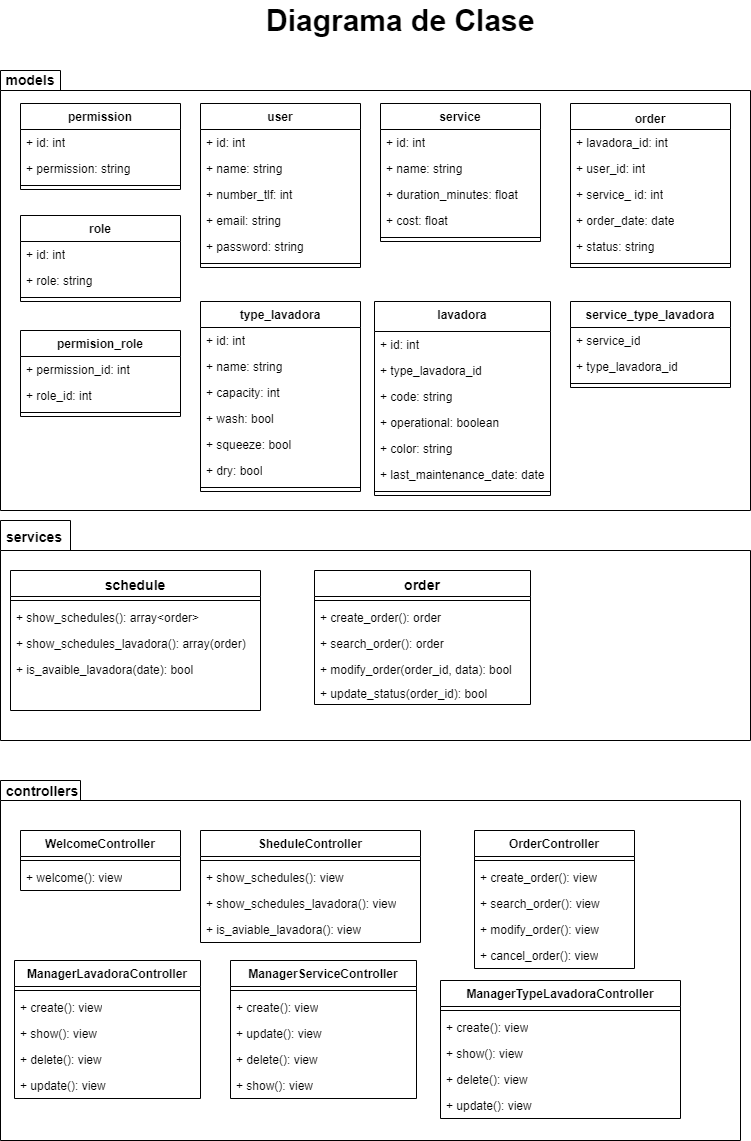
Before: desing/class diagram.png, a diagram exported from draw.io (IsacC2005/Ingenieria-del-Software-II). Source tidied: cells renumbered, new cells last; positions are measured from the earlier drawing's top-left corner, leaving out a move shared by most shapes.
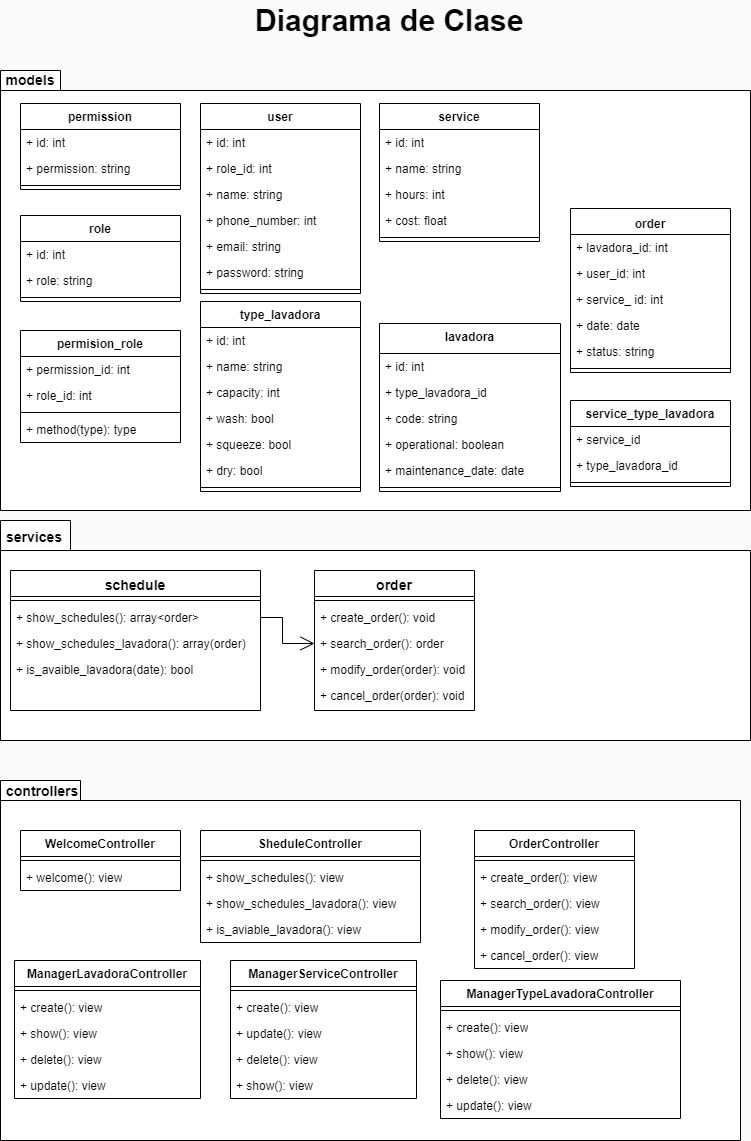
After the commit.

Commit message:
Agrege mas casos de uso al diagrama de caso de usos, cree una lista de los permisos que van a ir en la app para manegar todos los casos de usos y cree .png de los diagramas

What changed in the source:
```diff
@@ -1,4 +1,4 @@
-<mxGraphModel>
+<mxGraphModel background="#FAFAFA">
   <root>
     <mxCell id="0" />
     <mxCell id="1" parent="0" />
@@ -9,25 +9,28 @@
       <mxGeometry y="70" width="750" height="440" as="geometry" />
     </mxCell>
     <mxCell id="4" value="user" style="swimlane;fontStyle=1;align=center;verticalAlign=top;horizontal=1;startSize=26;rounded=0;shadow=0;strokeWidth=1;fontSize=12;" parent="1" vertex="1">
-      <mxGeometry x="200" y="103" width="160" height="164" as="geometry" />
+      <mxGeometry x="200" y="103" width="160" height="190" as="geometry" />
     </mxCell>
     <mxCell id="5" value="+ id: int&lt;span style=&quot;color: rgba(0, 0, 0, 0); font-family: monospace; font-size: 0px; text-wrap: nowrap;&quot;&gt;%3CmxGraphModel%3E%3Croot%3E%3CmxCell%20id%3D%220%22%2F%3E%3CmxCell%20id%3D%221%22%20parent%3D%220%22%2F%3E%3CmxCell%20id%3D%222%22%20value%3D%22-%20email%3A%20string%22%20style%3D%22text%3Balign%3Dleft%3BverticalAlign%3Dtop%3BspacingLeft%3D4%3BspacingRight%3D4%3Boverflow%3Dhidden%3Brotatable%3D0%3Bpoints%3D%5B%5B0%2C0.5%5D%2C%5B1%2C0.5%5D%5D%3BportConstraint%3Deastwest%3Brounded%3D0%3Bshadow%3D0%3Bhtml%3D0%3B%22%20vertex%3D%221%22%20parent%3D%221%22%3E%3CmxGeometry%20x%3D%2250%22%20y%3D%22292%22%20width%3D%22160%22%20height%3D%2226%22%20as%3D%22geometry%22%2F%3E%3C%2FmxCell%3E%3C%2Froot%3E%3C%2FmxGraphModel%3E&lt;/span&gt;" style="text;strokeColor=none;fillColor=none;align=left;verticalAlign=top;spacingLeft=4;spacingRight=4;overflow=hidden;whiteSpace=wrap;html=1;" parent="4" vertex="1">
       <mxGeometry y="26" width="160" height="26" as="geometry" />
     </mxCell>
+    <mxCell id="102" value="+ role_id: int" style="text;align=left;verticalAlign=top;spacingLeft=4;spacingRight=4;overflow=hidden;rounded=0;shadow=0;html=0;" parent="4" vertex="1">
+      <mxGeometry y="52" width="160" height="26" as="geometry" />
+    </mxCell>
     <mxCell id="6" value="+ name: string" style="text;align=left;verticalAlign=top;spacingLeft=4;spacingRight=4;overflow=hidden;rounded=0;shadow=0;html=0;" parent="4" vertex="1">
-      <mxGeometry y="52" width="160" height="26" as="geometry" />
+      <mxGeometry y="78" width="160" height="26" as="geometry" />
     </mxCell>
-    <mxCell id="7" value="+ number_tlf: int" style="text;align=left;verticalAlign=top;spacingLeft=4;spacingRight=4;overflow=hidden;rounded=0;shadow=0;html=0;" parent="4" vertex="1">
-      <mxGeometry y="78" width="160" height="26" as="geometry" />
+    <mxCell id="7" value="+ phone_number: int" style="text;align=left;verticalAlign=top;spacingLeft=4;spacingRight=4;overflow=hidden;rounded=0;shadow=0;html=0;" parent="4" vertex="1">
+      <mxGeometry y="104" width="160" height="26" as="geometry" />
     </mxCell>
     <mxCell id="8" value="+ email: string" style="text;align=left;verticalAlign=top;spacingLeft=4;spacingRight=4;overflow=hidden;rounded=0;shadow=0;html=0;" parent="4" vertex="1">
-      <mxGeometry y="104" width="160" height="26" as="geometry" />
+      <mxGeometry y="130" width="160" height="26" as="geometry" />
     </mxCell>
     <mxCell id="9" value="+ password: string" style="text;align=left;verticalAlign=top;spacingLeft=4;spacingRight=4;overflow=hidden;rounded=0;shadow=0;html=0;" parent="4" vertex="1">
-      <mxGeometry y="130" width="160" height="26" as="geometry" />
+      <mxGeometry y="156" width="160" height="26" as="geometry" />
     </mxCell>
     <mxCell id="10" style="line;html=1;strokeWidth=1;align=left;verticalAlign=middle;spacingTop=-1;spacingLeft=3;spacingRight=3;labelPosition=right;" parent="4" vertex="1">
-      <mxGeometry y="156" width="160" height="8" as="geometry" />
+      <mxGeometry y="182" width="160" height="8" as="geometry" />
     </mxCell>
     <mxCell id="11" value="schedule" style="swimlane;fontStyle=1;align=center;verticalAlign=top;horizontal=1;startSize=26;rounded=0;shadow=0;strokeWidth=1;fontSize=14;" parent="1" vertex="1">
       <mxGeometry x="10" y="570" width="250" height="140" as="geometry" />
@@ -45,46 +48,43 @@
       <mxGeometry y="86" width="250" height="26" as="geometry" />
     </mxCell>
     <mxCell id="16" value="order" style="swimlane;fontStyle=1;align=center;verticalAlign=top;horizontal=1;startSize=26;rounded=0;shadow=0;strokeWidth=1;fontSize=14;swimlaneFillColor=none;gradientDirection=north;" parent="1" vertex="1">
-      <mxGeometry x="314" y="570" width="216" height="134" as="geometry" />
+      <mxGeometry x="314" y="570" width="160" height="140" as="geometry" />
     </mxCell>
     <mxCell id="17" style="line;html=1;strokeWidth=1;align=left;verticalAlign=middle;spacingTop=-1;spacingLeft=3;spacingRight=3;labelPosition=right;" parent="16" vertex="1">
-      <mxGeometry y="26" width="216" height="8" as="geometry" />
+      <mxGeometry y="26" width="160" height="8" as="geometry" />
     </mxCell>
-    <mxCell id="18" value="+ create_order(): order" style="text;align=left;verticalAlign=top;spacingLeft=4;spacingRight=4;overflow=hidden;" parent="16" vertex="1">
-      <mxGeometry y="34" width="216" height="26" as="geometry" />
+    <mxCell id="18" value="+ create_order(): void" style="text;align=left;verticalAlign=top;spacingLeft=4;spacingRight=4;overflow=hidden;" parent="16" vertex="1">
+      <mxGeometry y="34" width="160" height="26" as="geometry" />
     </mxCell>
     <mxCell id="19" value="+ search_order(): order" style="text;align=left;verticalAlign=top;spacingLeft=4;spacingRight=4;overflow=hidden;points=[[0,0.5],[1,0.5]];portConstraint=eastwest;" parent="16" vertex="1">
-      <mxGeometry y="60" width="216" height="26" as="geometry" />
+      <mxGeometry y="60" width="160" height="26" as="geometry" />
     </mxCell>
-    <mxCell id="20" value="+ modify_order(order_id, data): bool" style="text;align=left;verticalAlign=top;spacingLeft=4;spacingRight=4;overflow=hidden;" parent="16" vertex="1">
-      <mxGeometry y="86" width="216" height="24" as="geometry" />
+    <mxCell id="20" value="+ modify_order(order): void" style="text;align=left;verticalAlign=top;spacingLeft=4;spacingRight=4;overflow=hidden;" parent="16" vertex="1">
+      <mxGeometry y="86" width="160" height="26" as="geometry" />
     </mxCell>
-    <mxCell id="21" value="+ update_status(order_id): bool" style="text;align=left;verticalAlign=top;spacingLeft=4;spacingRight=4;overflow=hidden;" parent="16" vertex="1">
-      <mxGeometry y="110" width="216" height="24" as="geometry" />
-    </mxCell>
+    <mxCell id="103" value="+ cancel_order(order): void" style="text;align=left;verticalAlign=top;spacingLeft=4;spacingRight=4;overflow=hidden;" parent="16" vertex="1">
+      <mxGeometry y="112" width="160" height="26" as="geometry" />
+    </mxCell>
     <mxCell id="22" value="lavadora" style="swimlane;fontStyle=1;align=center;verticalAlign=top;horizontal=1;startSize=30;rounded=0;shadow=0;strokeWidth=1;fontSize=12;fillStyle=solid;" parent="1" vertex="1">
-      <mxGeometry x="374" y="301" width="176" height="194" as="geometry" />
+      <mxGeometry x="379" y="323" width="181" height="168" as="geometry" />
     </mxCell>
     <mxCell id="23" value="+ id: int" style="text;align=left;verticalAlign=top;spacingLeft=4;spacingRight=4;overflow=hidden;labelBackgroundColor=none;" parent="22" vertex="1">
-      <mxGeometry y="30" width="176" height="26" as="geometry" />
+      <mxGeometry y="30" width="181" height="26" as="geometry" />
     </mxCell>
     <mxCell id="24" value="+ type_lavadora_id" style="text;align=left;verticalAlign=top;spacingLeft=4;spacingRight=4;overflow=hidden;rounded=0;shadow=0;html=0;" parent="22" vertex="1">
-      <mxGeometry y="56" width="176" height="26" as="geometry" />
+      <mxGeometry y="56" width="181" height="26" as="geometry" />
     </mxCell>
     <mxCell id="25" value="+ code: string" style="text;align=left;verticalAlign=top;spacingLeft=4;spacingRight=4;overflow=hidden;" parent="22" vertex="1">
-      <mxGeometry y="82" width="176" height="26" as="geometry" />
+      <mxGeometry y="82" width="181" height="26" as="geometry" />
     </mxCell>
     <mxCell id="26" value="+ operational: boolean" style="text;align=left;verticalAlign=top;spacingLeft=4;spacingRight=4;overflow=hidden;rounded=0;shadow=0;html=0;" parent="22" vertex="1">
-      <mxGeometry y="108" width="176" height="26" as="geometry" />
+      <mxGeometry y="108" width="181" height="26" as="geometry" />
     </mxCell>
-    <mxCell id="27" value="+ color: string" style="text;align=left;verticalAlign=top;spacingLeft=4;spacingRight=4;overflow=hidden;rounded=0;shadow=0;html=0;" parent="22" vertex="1">
-      <mxGeometry y="134" width="176" height="26" as="geometry" />
+    <mxCell id="27" value="+ maintenance_date: date" style="text;align=left;verticalAlign=top;spacingLeft=4;spacingRight=4;overflow=hidden;rounded=0;shadow=0;html=0;" parent="22" vertex="1">
+      <mxGeometry y="134" width="181" height="26" as="geometry" />
     </mxCell>
-    <mxCell id="28" value="+ last_maintenance_date: date" style="text;align=left;verticalAlign=top;spacingLeft=4;spacingRight=4;overflow=hidden;rounded=0;shadow=0;html=0;" parent="22" vertex="1">
-      <mxGeometry y="160" width="176" height="26" as="geometry" />
-    </mxCell>
     <mxCell id="29" style="line;html=1;strokeWidth=1;align=left;verticalAlign=middle;spacingTop=-1;spacingLeft=3;spacingRight=3;labelPosition=right;" parent="22" vertex="1">
-      <mxGeometry y="186" width="176" height="8" as="geometry" />
+      <mxGeometry y="160" width="181" height="8" as="geometry" />
     </mxCell>
     <mxCell id="30" value="role" style="swimlane;fontStyle=1;align=center;verticalAlign=top;horizontal=1;startSize=26;whiteSpace=wrap;html=1;" parent="1" vertex="1">
       <mxGeometry x="20" y="215" width="160" height="86" as="geometry" />
@@ -111,13 +111,13 @@
       <mxGeometry y="78" width="160" height="8" as="geometry" />
     </mxCell>
     <mxCell id="38" value="Diagrama de Clase" style="text;strokeColor=none;fillColor=none;align=left;verticalAlign=middle;spacingLeft=4;spacingRight=4;overflow=hidden;whiteSpace=wrap;html=1;fontSize=30;fontStyle=1;" parent="1" vertex="1">
-      <mxGeometry x="260" width="290" height="40" as="geometry" />
+      <mxGeometry x="249" width="290" height="40" as="geometry" />
     </mxCell>
     <mxCell id="39" value="models" style="text;html=1;align=center;verticalAlign=middle;whiteSpace=wrap;rounded=0;fontStyle=1;fontSize=14;" parent="1" vertex="1">
       <mxGeometry y="70" width="60" height="20" as="geometry" />
     </mxCell>
     <mxCell id="40" value="permision_role" style="swimlane;fontStyle=1;align=center;verticalAlign=top;horizontal=1;startSize=26;whiteSpace=wrap;html=1;" parent="1" vertex="1">
-      <mxGeometry x="20" y="330" width="160" height="86" as="geometry" />
+      <mxGeometry x="20" y="330" width="160" height="112" as="geometry" />
     </mxCell>
     <mxCell id="41" value="+ permission_id: int&lt;span style=&quot;color: rgba(0, 0, 0, 0); font-family: monospace; font-size: 0px; text-wrap: nowrap;&quot;&gt;%3CmxGraphModel%3E%3Croot%3E%3CmxCell%20id%3D%220%22%2F%3E%3CmxCell%20id%3D%221%22%20parent%3D%220%22%2F%3E%3CmxCell%20id%3D%222%22%20value%3D%22-%20email%3A%20string%22%20style%3D%22text%3Balign%3Dleft%3BverticalAlign%3Dtop%3BspacingLeft%3D4%3BspacingRight%3D4%3Boverflow%3Dhidden%3Brotatable%3D0%3Bpoints%3D%5B%5B0%2C0.5%5D%2C%5B1%2C0.5%5D%5D%3BportConstraint%3Deastwest%3Brounded%3D0%3Bshadow%3D0%3Bhtml%3D0%3B%22%20vertex%3D%221%22%20parent%3D%221%22%3E%3CmxGeometry%20x%3D%2250%22%20y%3D%22292%22%20width%3D%22160%22%20height%3D%2226%22%20as%3D%22geometry%22%2F%3E%3C%2FmxCell%3E%3C%2Froot%3E%3C%2FmxGraphModel%3E&lt;/span&gt;" style="text;strokeColor=none;fillColor=none;align=left;verticalAlign=top;spacingLeft=4;spacingRight=4;overflow=hidden;whiteSpace=wrap;html=1;" parent="40" vertex="1">
       <mxGeometry y="26" width="160" height="26" as="geometry" />
@@ -128,8 +128,11 @@
     <mxCell id="43" style="line;strokeWidth=1;fillColor=none;align=left;verticalAlign=middle;spacingTop=-1;spacingLeft=3;spacingRight=3;labelPosition=right;strokeColor=inherit;" parent="40" vertex="1">
       <mxGeometry y="78" width="160" height="8" as="geometry" />
     </mxCell>
+    <mxCell id="104" value="+ method(type): type" style="text;strokeColor=none;fillColor=none;align=left;verticalAlign=top;spacingLeft=4;spacingRight=4;overflow=hidden;whiteSpace=wrap;html=1;" parent="40" vertex="1">
+      <mxGeometry y="86" width="160" height="26" as="geometry" />
+    </mxCell>
     <mxCell id="44" value="order" style="swimlane;fontStyle=1;align=center;verticalAlign=top;horizontal=1;startSize=26;whiteSpace=wrap;strokeColor=default;spacingTop=2;fontFamily=Helvetica;fontSize=12;fontColor=default;fillColor=default;html=1;textShadow=0;" parent="1" vertex="1">
-      <mxGeometry x="570" y="103" width="160" height="164" as="geometry" />
+      <mxGeometry x="570" y="208" width="160" height="164" as="geometry" />
     </mxCell>
     <mxCell id="45" value="+ lavadora_id: int" style="text;strokeColor=none;fillColor=none;align=left;verticalAlign=top;spacingLeft=4;spacingRight=4;overflow=hidden;whiteSpace=wrap;html=1;fontFamily=Helvetica;fontSize=12;fontColor=default;fontStyle=0;" parent="44" vertex="1">
       <mxGeometry y="26" width="160" height="26" as="geometry" />
@@ -140,7 +143,7 @@
     <mxCell id="47" value="+ service_ id: int" style="text;strokeColor=none;fillColor=none;align=left;verticalAlign=top;spacingLeft=4;spacingRight=4;overflow=hidden;whiteSpace=wrap;html=1;fontFamily=Helvetica;fontSize=12;fontColor=default;fontStyle=0;" parent="44" vertex="1">
       <mxGeometry y="78" width="160" height="26" as="geometry" />
     </mxCell>
-    <mxCell id="48" value="+ order_date: date" style="text;strokeColor=none;fillColor=none;align=left;verticalAlign=top;spacingLeft=4;spacingRight=4;overflow=hidden;whiteSpace=wrap;html=1;fontFamily=Helvetica;fontSize=12;fontColor=default;fontStyle=0;" parent="44" vertex="1">
+    <mxCell id="48" value="+ date: date" style="text;strokeColor=none;fillColor=none;align=left;verticalAlign=top;spacingLeft=4;spacingRight=4;overflow=hidden;whiteSpace=wrap;html=1;fontFamily=Helvetica;fontSize=12;fontColor=default;fontStyle=0;" parent="44" vertex="1">
       <mxGeometry y="104" width="160" height="26" as="geometry" />
     </mxCell>
     <mxCell id="49" value="+ status: string" style="text;strokeColor=none;fillColor=none;align=left;verticalAlign=top;spacingLeft=4;spacingRight=4;overflow=hidden;whiteSpace=wrap;html=1;fontFamily=Helvetica;fontSize=12;fontColor=default;fontStyle=0;" parent="44" vertex="1">
@@ -150,7 +153,7 @@
       <mxGeometry y="156" width="160" height="8" as="geometry" />
     </mxCell>
     <mxCell id="51" value="service" style="swimlane;fontStyle=1;align=center;verticalAlign=top;horizontal=1;startSize=26;whiteSpace=wrap;html=1;spacingLeft=4;spacingRight=4;fontFamily=Helvetica;fontSize=12;fontColor=default;fillColor=none;gradientColor=none;" parent="1" vertex="1">
-      <mxGeometry x="380" y="103" width="160" height="138" as="geometry" />
+      <mxGeometry x="379" y="103" width="160" height="138" as="geometry" />
     </mxCell>
     <mxCell id="52" value="+ id: int&lt;span style=&quot;color: rgba(0, 0, 0, 0); font-family: monospace; font-size: 0px; text-wrap: nowrap;&quot;&gt;%3CmxGraphModel%3E%3Croot%3E%3CmxCell%20id%3D%220%22%2F%3E%3CmxCell%20id%3D%221%22%20parent%3D%220%22%2F%3E%3CmxCell%20id%3D%222%22%20value%3D%22-%20email%3A%20string%22%20style%3D%22text%3Balign%3Dleft%3BverticalAlign%3Dtop%3BspacingLeft%3D4%3BspacingRight%3D4%3Boverflow%3Dhidden%3Brotatable%3D0%3Bpoints%3D%5B%5B0%2C0.5%5D%2C%5B1%2C0.5%5D%5D%3BportConstraint%3Deastwest%3Brounded%3D0%3Bshadow%3D0%3Bhtml%3D0%3B%22%20vertex%3D%221%22%20parent%3D%221%22%3E%3CmxGeometry%20x%3D%2250%22%20y%3D%22292%22%20width%3D%22160%22%20height%3D%2226%22%20as%3D%22geometry%22%2F%3E%3C%2FmxCell%3E%3C%2Froot%3E%3C%2FmxGraphModel%3E&lt;/span&gt;" style="text;strokeColor=none;fillColor=none;align=left;verticalAlign=top;spacingLeft=4;spacingRight=4;overflow=hidden;whiteSpace=wrap;html=1;" parent="51" vertex="1">
       <mxGeometry y="26" width="160" height="26" as="geometry" />
@@ -158,7 +161,7 @@
     <mxCell id="53" value="+ name: string" style="text;strokeColor=none;fillColor=none;align=left;verticalAlign=top;spacingLeft=4;spacingRight=4;overflow=hidden;whiteSpace=wrap;html=1;fontFamily=Helvetica;fontSize=12;fontColor=default;fontStyle=0;" parent="51" vertex="1">
       <mxGeometry y="52" width="160" height="26" as="geometry" />
     </mxCell>
-    <mxCell id="54" value="+ duration_minutes: float" style="text;strokeColor=none;fillColor=none;align=left;verticalAlign=top;spacingLeft=4;spacingRight=4;overflow=hidden;whiteSpace=wrap;html=1;fontFamily=Helvetica;fontSize=12;fontColor=default;fontStyle=0;" parent="51" vertex="1">
+    <mxCell id="54" value="+ hours: int" style="text;strokeColor=none;fillColor=none;align=left;verticalAlign=top;spacingLeft=4;spacingRight=4;overflow=hidden;whiteSpace=wrap;html=1;fontFamily=Helvetica;fontSize=12;fontColor=default;fontStyle=0;" parent="51" vertex="1">
       <mxGeometry y="78" width="160" height="26" as="geometry" />
     </mxCell>
     <mxCell id="55" value="+ cost: float" style="text;strokeColor=none;fillColor=none;align=left;verticalAlign=top;spacingLeft=4;spacingRight=4;overflow=hidden;whiteSpace=wrap;html=1;fontFamily=Helvetica;fontSize=12;fontColor=default;fontStyle=0;" parent="51" vertex="1">
@@ -192,7 +195,7 @@
       <mxGeometry y="182" width="160" height="8" as="geometry" />
     </mxCell>
     <mxCell id="65" value="service_type_lavadora" style="swimlane;fontStyle=1;align=center;verticalAlign=top;horizontal=1;startSize=26;whiteSpace=wrap;html=1;spacingLeft=4;spacingRight=4;fontFamily=Helvetica;fontSize=12;fontColor=default;fillColor=none;gradientColor=none;" parent="1" vertex="1">
-      <mxGeometry x="570" y="301" width="160" height="86" as="geometry" />
+      <mxGeometry x="570" y="400" width="160" height="86" as="geometry" />
     </mxCell>
     <mxCell id="66" value="+ service_id" style="text;strokeColor=none;fillColor=none;align=left;verticalAlign=top;spacingLeft=4;spacingRight=4;overflow=hidden;whiteSpace=wrap;html=1;fontFamily=Helvetica;fontSize=12;fontColor=default;fontStyle=0;" parent="65" vertex="1">
       <mxGeometry y="26" width="160" height="26" as="geometry" />
@@ -302,5 +305,8 @@
     <mxCell id="101" value="+ update(): view" style="text;strokeColor=none;fillColor=none;align=left;verticalAlign=top;spacingLeft=4;spacingRight=4;overflow=hidden;whiteSpace=wrap;html=1;fontFamily=Helvetica;fontSize=12;fontColor=default;fontStyle=0;" parent="96" vertex="1">
       <mxGeometry y="112" width="240" height="26" as="geometry" />
     </mxCell>
+    <mxCell id="105" style="edgeStyle=orthogonalEdgeStyle;rounded=0;jettySize=auto;html=1;exitX=1;exitY=0.5;exitDx=0;exitDy=0;endSize=12;startSize=12;endArrow=open;endFill=0;" parent="1" edge="1" source="13" target="19">
+      <mxGeometry relative="1" as="geometry" />
+    </mxCell>
   </root>
 </mxGraphModel>
```
